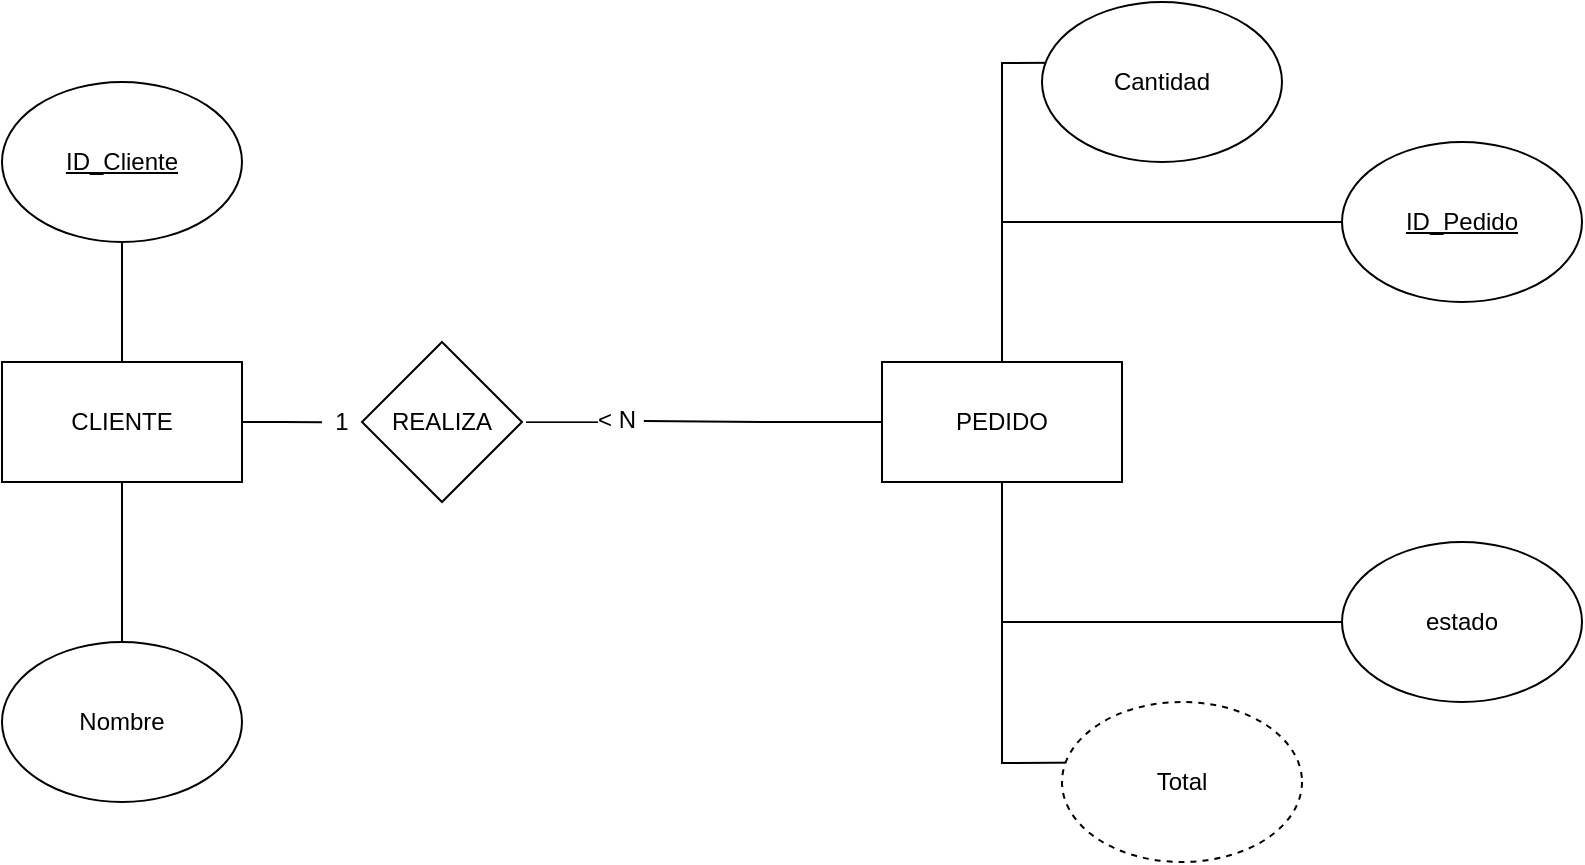
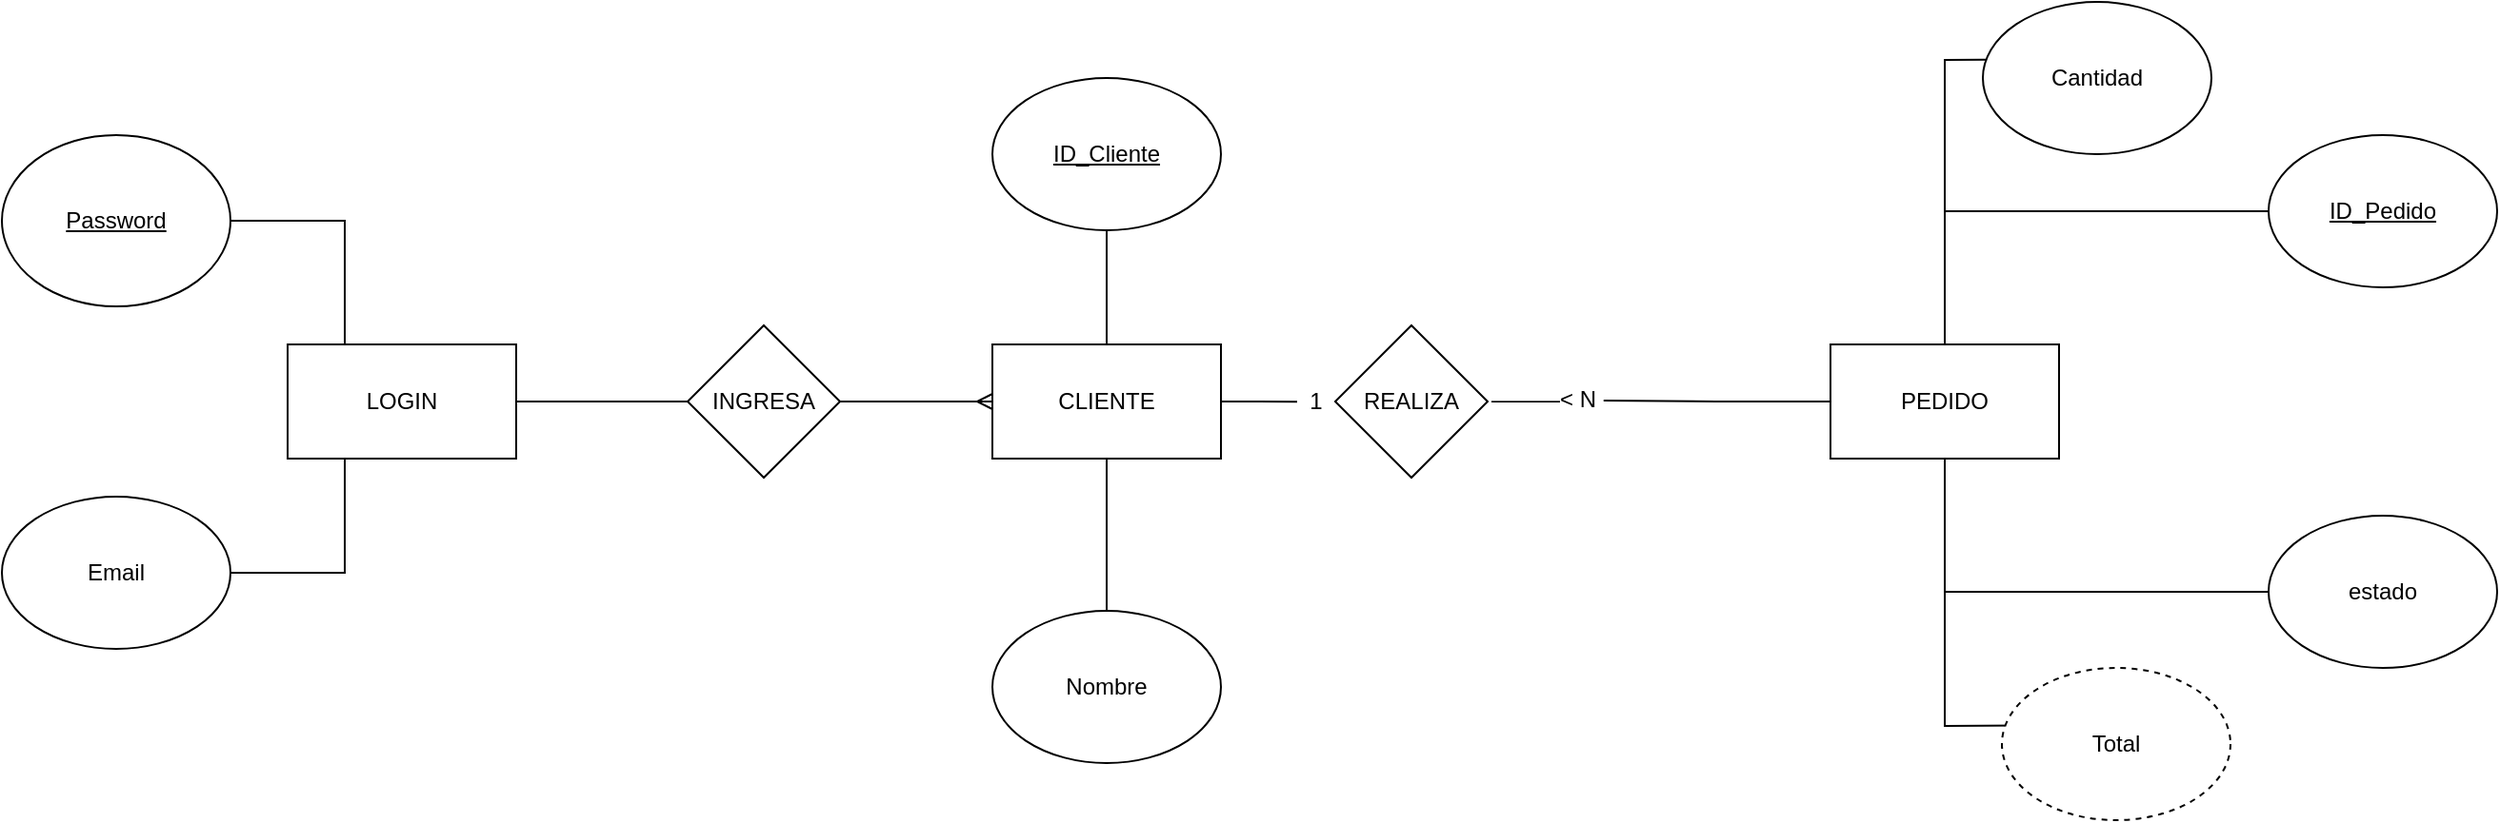
<mxfile host="app.diagrams.net">
  <diagram name="Página-1" id="5ryGMUTKDkH6dbxZF_k0">
-     <mxGraphModel dx="1066" dy="1182" grid="1" gridSize="10" guides="1" tooltips="1" connect="1" arrows="1" fold="1" page="1" pageScale="1" pageWidth="827" pageHeight="1169" math="0" shadow="0">
+     <mxGraphModel dx="2675" dy="1536" grid="1" gridSize="10" guides="1" tooltips="1" connect="1" arrows="1" fold="1" page="1" pageScale="1" pageWidth="827" pageHeight="1169" math="0" shadow="0">
      <root>
        <mxCell id="0" />
        <mxCell id="1" parent="0" />
        <mxCell id="euV3NcZNpcPIQGweMLnO-4" edge="1" parent="1" source="euV3NcZNpcPIQGweMLnO-2" style="edgeStyle=orthogonalEdgeStyle;rounded=0;orthogonalLoop=1;jettySize=auto;html=1;exitX=1;exitY=0.5;exitDx=0;exitDy=0;endArrow=none;endFill=0;">
          <mxGeometry relative="1" as="geometry">
            <mxPoint x="330" y="290.1578947368421" as="targetPoint" />
          </mxGeometry>
        </mxCell>
        <mxCell id="euV3NcZNpcPIQGweMLnO-29" edge="1" parent="1" source="euV3NcZNpcPIQGweMLnO-2" style="edgeStyle=orthogonalEdgeStyle;rounded=0;orthogonalLoop=1;jettySize=auto;html=1;exitX=0.5;exitY=1;exitDx=0;exitDy=0;entryX=0.5;entryY=0;entryDx=0;entryDy=0;endArrow=none;endFill=0;" target="euV3NcZNpcPIQGweMLnO-25">
          <mxGeometry relative="1" as="geometry" />
        </mxCell>
        <mxCell id="euV3NcZNpcPIQGweMLnO-31" edge="1" parent="1" source="euV3NcZNpcPIQGweMLnO-2" style="edgeStyle=orthogonalEdgeStyle;rounded=0;orthogonalLoop=1;jettySize=auto;html=1;exitX=0.5;exitY=0;exitDx=0;exitDy=0;endArrow=none;endFill=0;" target="euV3NcZNpcPIQGweMLnO-30">
          <mxGeometry relative="1" as="geometry" />
        </mxCell>
        <mxCell id="euV3NcZNpcPIQGweMLnO-2" parent="1" style="rounded=0;whiteSpace=wrap;html=1;" value="CLIENTE" vertex="1">
          <mxGeometry height="60" width="120" x="170" y="260" as="geometry" />
        </mxCell>
        <mxCell id="euV3NcZNpcPIQGweMLnO-5" parent="1" style="text;html=1;whiteSpace=wrap;strokeColor=none;fillColor=none;align=center;verticalAlign=middle;rounded=0;" value="1" vertex="1">
          <mxGeometry height="30" width="60" x="310" y="275" as="geometry" />
        </mxCell>
        <mxCell id="euV3NcZNpcPIQGweMLnO-9" parent="1" style="text;whiteSpace=wrap;html=1;" value="———&amp;lt; N" vertex="1">
          <mxGeometry height="40" width="60" x="430" y="275" as="geometry" />
        </mxCell>
        <mxCell id="euV3NcZNpcPIQGweMLnO-11" parent="1" style="rhombus;whiteSpace=wrap;html=1;" value="REALIZA" vertex="1">
          <mxGeometry height="80" width="80" x="350" y="250" as="geometry" />
        </mxCell>
        <mxCell id="euV3NcZNpcPIQGweMLnO-35" edge="1" parent="1" source="euV3NcZNpcPIQGweMLnO-12" style="edgeStyle=orthogonalEdgeStyle;rounded=0;orthogonalLoop=1;jettySize=auto;html=1;exitX=0;exitY=0.5;exitDx=0;exitDy=0;endArrow=none;endFill=0;entryX=1.015;entryY=0.364;entryDx=0;entryDy=0;entryPerimeter=0;" target="euV3NcZNpcPIQGweMLnO-9">
          <mxGeometry relative="1" as="geometry">
            <mxPoint x="510" y="300" as="targetPoint" />
          </mxGeometry>
        </mxCell>
        <mxCell id="euV3NcZNpcPIQGweMLnO-12" parent="1" style="rounded=0;whiteSpace=wrap;html=1;" value="PEDIDO" vertex="1">
          <mxGeometry height="60" width="120" x="610" y="260" as="geometry" />
        </mxCell>
        <mxCell id="euV3NcZNpcPIQGweMLnO-15" edge="1" parent="1" style="edgeStyle=orthogonalEdgeStyle;rounded=0;orthogonalLoop=1;jettySize=auto;html=1;endArrow=none;endFill=0;" target="euV3NcZNpcPIQGweMLnO-12">
          <mxGeometry relative="1" as="geometry">
            <mxPoint x="750.0000000000002" y="110" as="sourcePoint" />
          </mxGeometry>
        </mxCell>
        <mxCell id="euV3NcZNpcPIQGweMLnO-14" parent="1" style="ellipse;whiteSpace=wrap;html=1;" value="Cantidad" vertex="1">
          <mxGeometry height="80" width="120" x="690" y="80" as="geometry" />
        </mxCell>
        <mxCell id="euV3NcZNpcPIQGweMLnO-21" edge="1" parent="1" source="euV3NcZNpcPIQGweMLnO-17" style="edgeStyle=orthogonalEdgeStyle;rounded=0;orthogonalLoop=1;jettySize=auto;html=1;endArrow=none;endFill=0;exitX=0;exitY=0.5;exitDx=0;exitDy=0;" target="euV3NcZNpcPIQGweMLnO-12">
          <mxGeometry relative="1" as="geometry">
            <mxPoint x="750.0000000000002" y="200" as="sourcePoint" />
          </mxGeometry>
        </mxCell>
        <mxCell id="euV3NcZNpcPIQGweMLnO-17" parent="1" style="ellipse;whiteSpace=wrap;html=1;" value="&lt;u&gt;ID_Pedido&lt;/u&gt;" vertex="1">
          <mxGeometry height="80" width="120" x="840" y="150" as="geometry" />
        </mxCell>
        <mxCell id="euV3NcZNpcPIQGweMLnO-23" edge="1" parent="1" source="euV3NcZNpcPIQGweMLnO-19" style="edgeStyle=orthogonalEdgeStyle;rounded=0;orthogonalLoop=1;jettySize=auto;html=1;entryX=0.5;entryY=1;entryDx=0;entryDy=0;endArrow=none;endFill=0;" target="euV3NcZNpcPIQGweMLnO-12">
          <mxGeometry relative="1" as="geometry">
            <mxPoint x="750.0000000000002" y="370" as="sourcePoint" />
          </mxGeometry>
        </mxCell>
        <mxCell id="euV3NcZNpcPIQGweMLnO-19" parent="1" style="ellipse;whiteSpace=wrap;html=1;" value="estado" vertex="1">
          <mxGeometry height="80" width="120" x="840" y="350" as="geometry" />
        </mxCell>
        <mxCell id="euV3NcZNpcPIQGweMLnO-24" edge="1" parent="1" style="edgeStyle=orthogonalEdgeStyle;rounded=0;orthogonalLoop=1;jettySize=auto;html=1;entryX=0.5;entryY=1;entryDx=0;entryDy=0;endArrow=none;endFill=0;" target="euV3NcZNpcPIQGweMLnO-12">
          <mxGeometry relative="1" as="geometry">
            <mxPoint x="750.0000000000002" y="460" as="sourcePoint" />
          </mxGeometry>
        </mxCell>
        <mxCell id="euV3NcZNpcPIQGweMLnO-20" parent="1" style="ellipse;whiteSpace=wrap;html=1;dashed=1;" value="Total" vertex="1">
          <mxGeometry height="80" width="120" x="700" y="430" as="geometry" />
        </mxCell>
        <mxCell id="euV3NcZNpcPIQGweMLnO-25" parent="1" style="ellipse;whiteSpace=wrap;html=1;" value="Nombre" vertex="1">
          <mxGeometry height="80" width="120" x="170" y="400" as="geometry" />
        </mxCell>
        <mxCell id="euV3NcZNpcPIQGweMLnO-30" parent="1" style="ellipse;whiteSpace=wrap;html=1;" value="&lt;u&gt;ID_Cliente&lt;/u&gt;" vertex="1">
          <mxGeometry height="80" width="120" x="170" y="120" as="geometry" />
        </mxCell>
+         <mxCell id="T2n9Pfg-tq7XSGGt9YOc-4" edge="1" parent="1" source="T2n9Pfg-tq7XSGGt9YOc-1" style="edgeStyle=orthogonalEdgeStyle;rounded=0;orthogonalLoop=1;jettySize=auto;html=1;endArrow=ERmany;endFill=0;" target="euV3NcZNpcPIQGweMLnO-2" value="">
+           <mxGeometry relative="1" as="geometry" />
+         </mxCell>
+         <mxCell id="T2n9Pfg-tq7XSGGt9YOc-1" parent="1" style="rhombus;whiteSpace=wrap;html=1;" value="INGRESA" vertex="1">
+           <mxGeometry height="80" width="80" x="10" y="250" as="geometry" />
+         </mxCell>
+         <mxCell id="T2n9Pfg-tq7XSGGt9YOc-3" edge="1" parent="1" source="T2n9Pfg-tq7XSGGt9YOc-2" style="edgeStyle=orthogonalEdgeStyle;rounded=0;orthogonalLoop=1;jettySize=auto;html=1;exitX=1;exitY=0.5;exitDx=0;exitDy=0;entryX=0;entryY=0.5;entryDx=0;entryDy=0;endArrow=none;endFill=0;" target="T2n9Pfg-tq7XSGGt9YOc-1">
+           <mxGeometry relative="1" as="geometry" />
+         </mxCell>
+         <mxCell id="T2n9Pfg-tq7XSGGt9YOc-7" edge="1" parent="1" source="T2n9Pfg-tq7XSGGt9YOc-2" style="edgeStyle=orthogonalEdgeStyle;rounded=0;orthogonalLoop=1;jettySize=auto;html=1;exitX=0.25;exitY=0;exitDx=0;exitDy=0;entryX=1;entryY=0.5;entryDx=0;entryDy=0;endArrow=none;endFill=0;" target="T2n9Pfg-tq7XSGGt9YOc-5">
+           <mxGeometry relative="1" as="geometry" />
+         </mxCell>
+         <mxCell id="T2n9Pfg-tq7XSGGt9YOc-8" edge="1" parent="1" source="T2n9Pfg-tq7XSGGt9YOc-2" style="edgeStyle=orthogonalEdgeStyle;rounded=0;orthogonalLoop=1;jettySize=auto;html=1;exitX=0.25;exitY=1;exitDx=0;exitDy=0;entryX=1;entryY=0.5;entryDx=0;entryDy=0;endArrow=none;endFill=0;" target="T2n9Pfg-tq7XSGGt9YOc-6">
+           <mxGeometry relative="1" as="geometry" />
+         </mxCell>
+         <mxCell id="T2n9Pfg-tq7XSGGt9YOc-2" parent="1" style="rounded=0;whiteSpace=wrap;html=1;" value="LOGIN" vertex="1">
+           <mxGeometry height="60" width="120" x="-200" y="260" as="geometry" />
+         </mxCell>
+         <mxCell id="T2n9Pfg-tq7XSGGt9YOc-5" parent="1" style="ellipse;whiteSpace=wrap;html=1;" value="&lt;u&gt;Password&lt;/u&gt;" vertex="1">
+           <mxGeometry height="90" width="120" x="-350" y="150" as="geometry" />
+         </mxCell>
+         <mxCell id="T2n9Pfg-tq7XSGGt9YOc-6" parent="1" style="ellipse;whiteSpace=wrap;html=1;" value="Email" vertex="1">
+           <mxGeometry height="80" width="120" x="-350" y="340" as="geometry" />
+         </mxCell>
      </root>
    </mxGraphModel>
  </diagram>
</mxfile>
